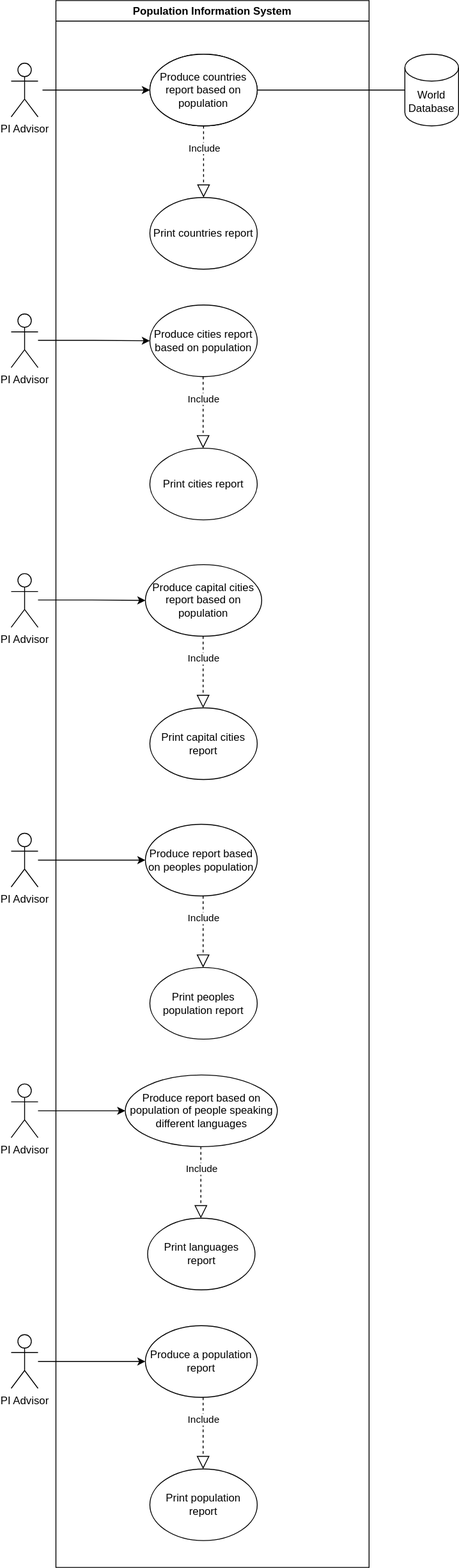
moi-kei/set08103_Group-11 keeps this draw.io diagram as use-cases/Population Information System.svg. Above is the earlier version. Source tidied: cells renumbered, new cells last; positions are measured from the earlier drawing's top-left corner, leaving out a move shared by most shapes.
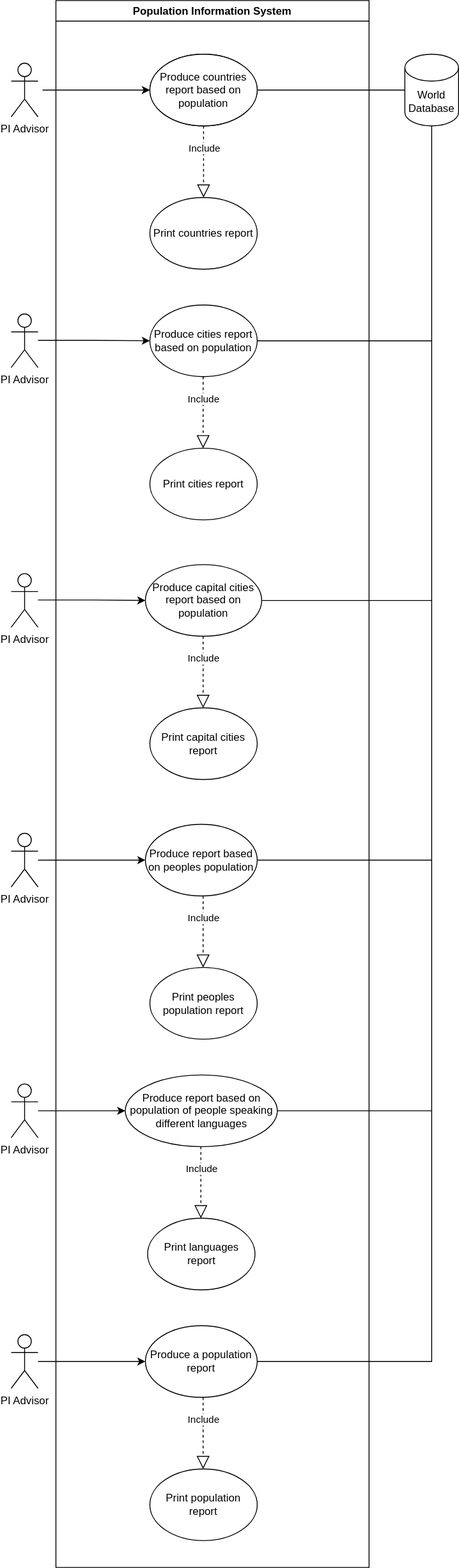
Above is the later version.

Commit message:
Update use case diagram

Diff of the diagram source:
```diff
@@ -127,6 +127,50 @@
         <mxPoint x="3" as="offset" />
       </mxGeometry>
     </mxCell>
+    <mxCell id="42" style="endArrow=none;html=1;rounded=0;entryX=0.5;entryY=1;entryDx=0;entryDy=0;entryPerimeter=0;" parent="3" edge="1" target="33">
+      <mxGeometry relative="1" as="geometry">
+        <mxPoint x="225" y="380" as="sourcePoint" />
+        <Array as="points">
+          <mxPoint x="420" y="380" />
+        </Array>
+      </mxGeometry>
+    </mxCell>
+    <mxCell id="43" style="endArrow=none;html=1;rounded=0;" parent="3" edge="1">
+      <mxGeometry relative="1" as="geometry">
+        <mxPoint x="230" y="670" as="sourcePoint" />
+        <mxPoint x="420" y="380" as="targetPoint" />
+        <Array as="points">
+          <mxPoint x="420" y="670" />
+        </Array>
+      </mxGeometry>
+    </mxCell>
+    <mxCell id="44" style="endArrow=none;html=1;rounded=0;" parent="3" edge="1">
+      <mxGeometry relative="1" as="geometry">
+        <mxPoint x="225" y="960" as="sourcePoint" />
+        <mxPoint x="420" y="670" as="targetPoint" />
+        <Array as="points">
+          <mxPoint x="420" y="960" />
+        </Array>
+      </mxGeometry>
+    </mxCell>
+    <mxCell id="45" style="endArrow=none;html=1;rounded=0;" parent="3" edge="1">
+      <mxGeometry relative="1" as="geometry">
+        <mxPoint x="247.5" y="1240" as="sourcePoint" />
+        <mxPoint x="420" y="960" as="targetPoint" />
+        <Array as="points">
+          <mxPoint x="420" y="1240" />
+        </Array>
+      </mxGeometry>
+    </mxCell>
+    <mxCell id="46" style="endArrow=none;html=1;rounded=0;" parent="3" edge="1">
+      <mxGeometry relative="1" as="geometry">
+        <mxPoint x="225" y="1520" as="sourcePoint" />
+        <mxPoint x="420" y="1240" as="targetPoint" />
+        <Array as="points">
+          <mxPoint x="420" y="1520" />
+        </Array>
+      </mxGeometry>
+    </mxCell>
     <mxCell id="31" style="endArrow=block;dashed=1;endFill=0;endSize=12;html=1;rounded=0;exitX=0.5;exitY=1;exitDx=0;exitDy=0;" parent="1" edge="1" source="4">
       <mxGeometry relative="1" as="geometry">
         <mxPoint x="215" y="220" as="targetPoint" />
```
